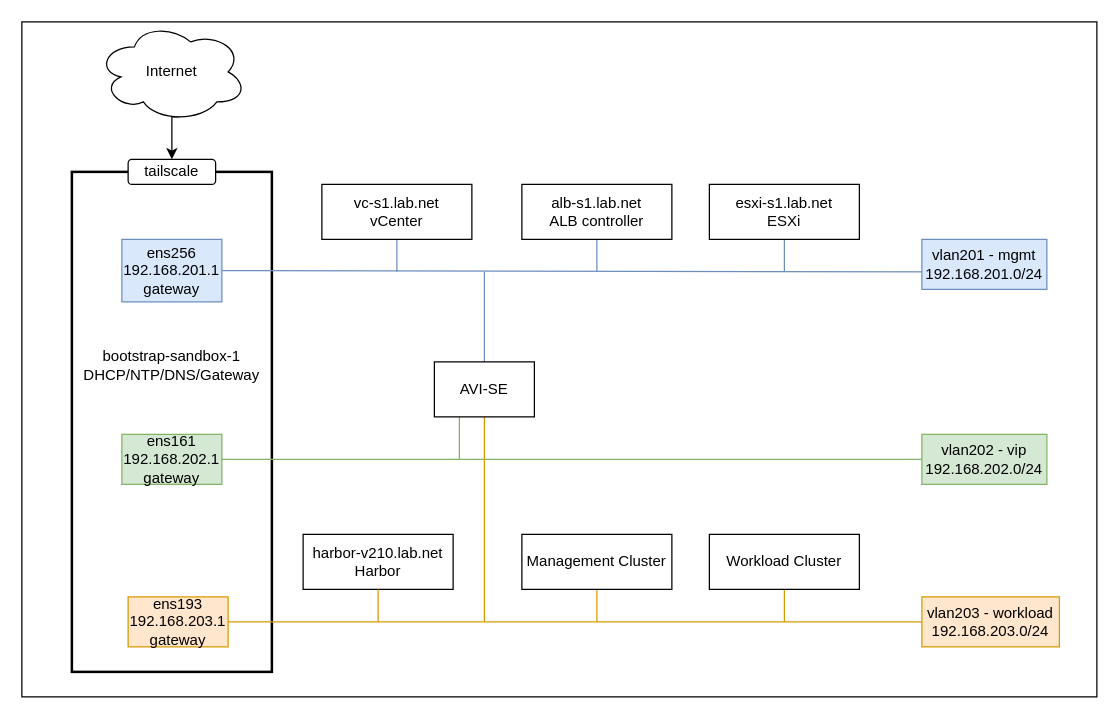
Earlier version of the draw.io diagram sandbox.drawio (egtm/training-tkgm). Source tidied: cells renumbered, new cells numbered last; positions are measured from the earlier drawing's top-left corner, leaving out a move shared by most shapes. Both pictures are drawn from the tidied source at 125%, with x=0, y=0 at pixel (21, 21).
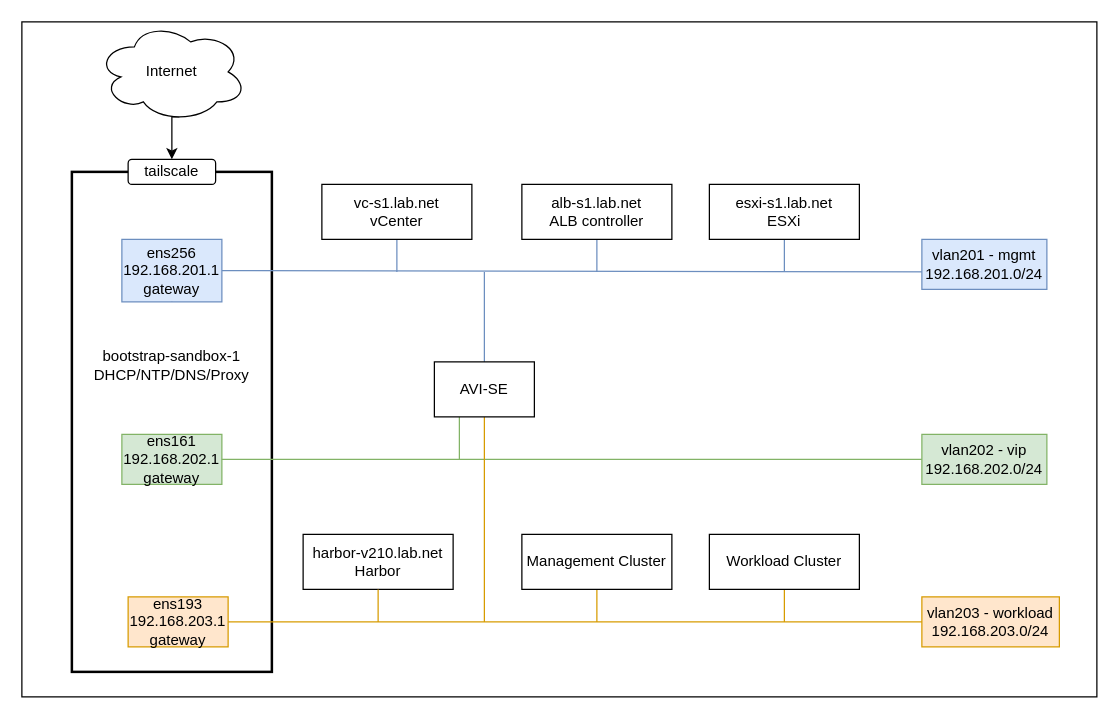
After the change.

What changed in the source:
```diff
@@
-    <mxCell id="31" value="bootstrap-sandbox-1&lt;div&gt;DHCP/NTP/DNS/Gateway&lt;/div&gt;" style="text;html=1;align=center;verticalAlign=middle;whiteSpace=wrap;rounded=0;" parent="1" vertex="1">
+    <mxCell id="31" value="bootstrap-sandbox-1&lt;div&gt;DHCP/NTP/DNS/Proxy&lt;/div&gt;" style="text;html=1;align=center;verticalAlign=middle;whiteSpace=wrap;rounded=0;" parent="1" vertex="1">
       <mxGeometry x="40" y="260" width="160" height="30" as="geometry" />
     </mxCell>
```
